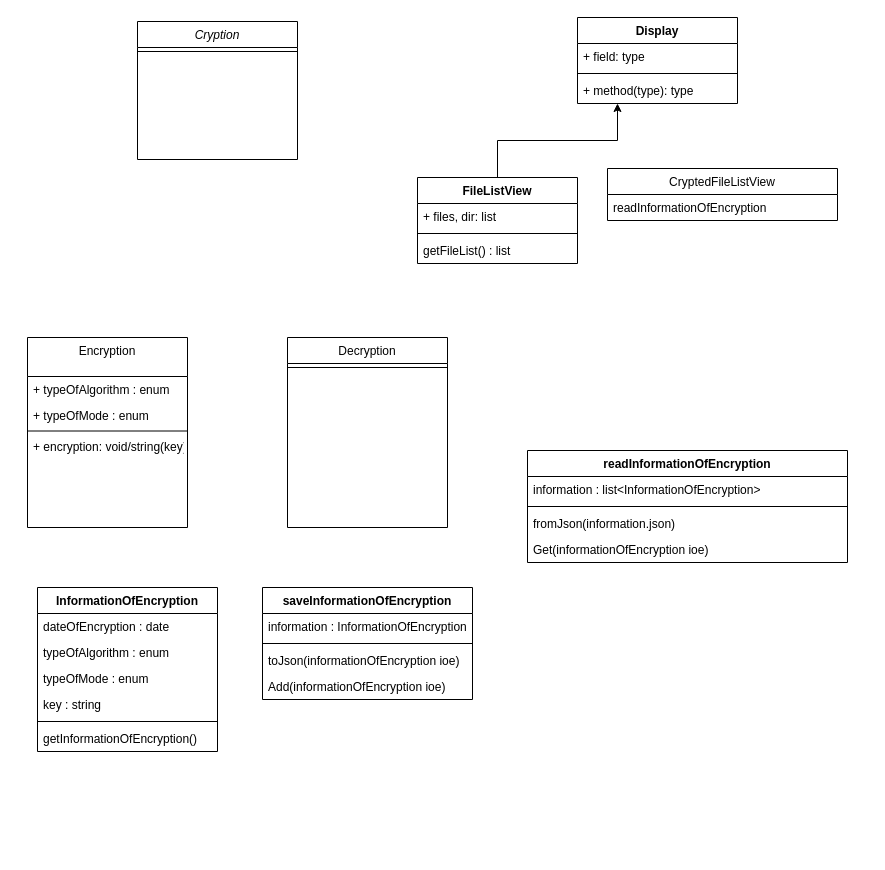
Above: encsrp.drawio in Ktosi33/encsrp (draw.io), before the change. Source tidied: cells renumbered, new cells numbered last; positions are measured from the earlier drawing's top-left corner, leaving out a move shared by most shapes. Both pictures are drawn from the tidied source at 100%, with x=0, y=0 at pixel (27, 17).
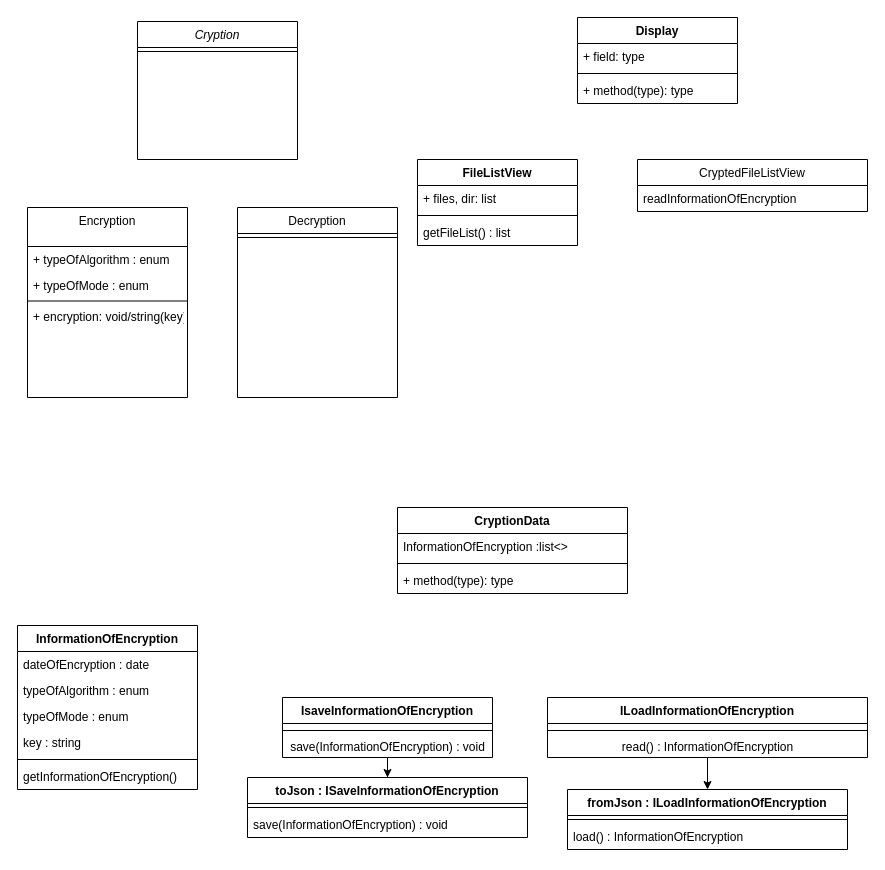
After the change.

Unchanged cells that the change refers to:
```xml
<mxCell id="11" value="Display" style="swimlane;fontStyle=1;align=center;verticalAlign=top;horizontal=1;startSize=26;" parent="1" vertex="1">
  <mxGeometry x="550" width="160" height="86" as="geometry" />
</mxCell>
```

What changed in the source:
```diff
@@
     <mxCell id="4" value="Encryption" style="swimlane;fontStyle=0;align=center;verticalAlign=top;horizontal=1;startSize=39;rounded=0;shadow=0;strokeWidth=1;" parent="1" vertex="1">
-      <mxGeometry y="320" width="160" height="190" as="geometry" />
+      <mxGeometry y="190" width="160" height="190" as="geometry" />
     </mxCell>
@@
     <mxCell id="9" value="Decryption" style="swimlane;fontStyle=0;align=center;verticalAlign=top;horizontal=1;startSize=26;rounded=0;shadow=0;strokeWidth=1;" parent="1" vertex="1">
-      <mxGeometry x="260" y="320" width="160" height="190" as="geometry" />
+      <mxGeometry x="210" y="190" width="160" height="190" as="geometry" />
     </mxCell>
@@
-    <mxCell id="15" style="edgeStyle=orthogonalEdgeStyle;rounded=0;jettySize=auto;html=1;exitX=0.5;exitY=0;exitDx=0;exitDy=0;entryX=0.25;entryY=1;entryDx=0;entryDy=0;" parent="1" edge="1" source="16" target="11">
-      <mxGeometry relative="1" as="geometry" />
-    </mxCell>
     <mxCell id="16" value="FileListView" style="swimlane;fontStyle=1;align=center;verticalAlign=top;horizontal=1;startSize=26;" parent="1" vertex="1">
-      <mxGeometry x="390" y="160" width="160" height="86" as="geometry" />
+      <mxGeometry x="390" y="142" width="160" height="86" as="geometry" />
     </mxCell>
@@
     <mxCell id="20" value="InformationOfEncryption" style="swimlane;fontStyle=1;align=center;verticalAlign=top;horizontal=1;startSize=26;" parent="1" vertex="1">
-      <mxGeometry x="10" y="570" width="180" height="164" as="geometry" />
+      <mxGeometry x="-10" y="608" width="180" height="164" as="geometry" />
     </mxCell>
@@
+    <mxCell id="39" style="edgeStyle=orthogonalEdgeStyle;rounded=0;jettySize=auto;html=1;entryX=0.5;entryY=0;entryDx=0;entryDy=0;" parent="1" edge="1" source="27" target="46">
+      <mxGeometry relative="1" as="geometry" />
+    </mxCell>
-    <mxCell id="27" value="saveInformationOfEncryption" style="swimlane;fontStyle=1;align=center;verticalAlign=top;horizontal=1;startSize=26;" parent="1" vertex="1">
-      <mxGeometry x="235" y="570" width="210" height="112" as="geometry" />
+    <mxCell id="27" value="IsaveInformationOfEncryption" style="swimlane;fontStyle=1;align=center;verticalAlign=top;horizontal=1;startSize=26;" parent="1" vertex="1">
+      <mxGeometry x="255" y="680" width="210" height="60" as="geometry" />
     </mxCell>
-    <mxCell id="28" value="information : InformationOfEncryption" style="text;strokeColor=none;fillColor=none;align=left;verticalAlign=top;spacingLeft=4;spacingRight=4;overflow=hidden;" parent="27" vertex="1">
-      <mxGeometry y="26" width="210" height="26" as="geometry" />
-    </mxCell>
     <mxCell id="29" style="line;strokeWidth=1;fillColor=none;align=left;verticalAlign=middle;spacingTop=-1;spacingLeft=3;spacingRight=3;labelPosition=right;" parent="27" vertex="1">
-      <mxGeometry y="52" width="210" height="8" as="geometry" />
+      <mxGeometry y="26" width="210" height="14" as="geometry" />
     </mxCell>
-    <mxCell id="30" value="toJson(informationOfEncryption ioe)" style="text;strokeColor=none;fillColor=none;align=left;verticalAlign=top;spacingLeft=4;spacingRight=4;overflow=hidden;" parent="27" vertex="1">
-      <mxGeometry y="60" width="210" height="26" as="geometry" />
-    </mxCell>
-    <mxCell id="31" value="Add(informationOfEncryption ioe)" style="text;strokeColor=none;fillColor=none;align=left;verticalAlign=top;spacingLeft=4;spacingRight=4;overflow=hidden;" parent="27" vertex="1">
-      <mxGeometry y="86" width="210" height="26" as="geometry" />
-    </mxCell>
+    <mxCell id="40" value="save(InformationOfEncryption) : void" style="text;html=1;align=center;verticalAlign=middle;" parent="27" vertex="1">
+      <mxGeometry y="40" width="210" height="20" as="geometry" />
+    </mxCell>
-    <mxCell id="32" value="readInformationOfEncryption" style="swimlane;fontStyle=1;align=center;verticalAlign=top;horizontal=1;startSize=26;" parent="1" vertex="1">
-      <mxGeometry x="500" y="433" width="320" height="112" as="geometry" />
+    <mxCell id="32" value="ILoadInformationOfEncryption" style="swimlane;fontStyle=1;align=center;verticalAlign=top;horizontal=1;startSize=26;" parent="1" vertex="1">
+      <mxGeometry x="520" y="680" width="320" height="60" as="geometry" />
     </mxCell>
-    <mxCell id="33" value="information : list&lt;InformationOfEncryption&gt;" style="text;strokeColor=none;fillColor=none;align=left;verticalAlign=top;spacingLeft=4;spacingRight=4;overflow=hidden;" parent="32" vertex="1">
-      <mxGeometry y="26" width="320" height="26" as="geometry" />
-    </mxCell>
     <mxCell id="34" style="line;strokeWidth=1;fillColor=none;align=left;verticalAlign=middle;spacingTop=-1;spacingLeft=3;spacingRight=3;labelPosition=right;" parent="32" vertex="1">
-      <mxGeometry y="52" width="320" height="8" as="geometry" />
+      <mxGeometry y="26" width="320" height="14" as="geometry" />
     </mxCell>
-    <mxCell id="35" value="fromJson(information.json)" style="text;strokeColor=none;fillColor=none;align=left;verticalAlign=top;spacingLeft=4;spacingRight=4;overflow=hidden;" parent="32" vertex="1">
-      <mxGeometry y="60" width="320" height="26" as="geometry" />
-    </mxCell>
-    <mxCell id="36" value="Get(informationOfEncryption ioe)" style="text;strokeColor=none;fillColor=none;align=left;verticalAlign=top;spacingLeft=4;spacingRight=4;overflow=hidden;" parent="32" vertex="1">
-      <mxGeometry y="86" width="320" height="26" as="geometry" />
-    </mxCell>
+    <mxCell id="41" value="read() : InformationOfEncryption" style="text;html=1;align=center;verticalAlign=middle;points=[];" parent="32" vertex="1">
+      <mxGeometry y="40" width="320" height="20" as="geometry" />
+    </mxCell>
     <mxCell id="37" value="CryptedFileListView" style="swimlane;fontStyle=0;horizontal=1;startSize=26;fillColor=none;" parent="1" vertex="1">
-      <mxGeometry x="580" y="151" width="230" height="52" as="geometry" />
+      <mxGeometry x="610" y="142" width="230" height="52" as="geometry" />
     </mxCell>
@@
+    <mxCell id="42" value="CryptionData" style="swimlane;fontStyle=1;align=center;verticalAlign=top;horizontal=1;startSize=26;" parent="1" vertex="1">
+      <mxGeometry x="370" y="490" width="230" height="86" as="geometry" />
+    </mxCell>
+    <mxCell id="43" value="InformationOfEncryption :list&lt;&gt;" style="text;strokeColor=none;fillColor=none;align=left;verticalAlign=top;spacingLeft=4;spacingRight=4;overflow=hidden;" parent="42" vertex="1">
+      <mxGeometry y="26" width="230" height="26" as="geometry" />
+    </mxCell>
+    <mxCell id="44" style="line;strokeWidth=1;fillColor=none;align=left;verticalAlign=middle;spacingTop=-1;spacingLeft=3;spacingRight=3;labelPosition=right;" parent="42" vertex="1">
+      <mxGeometry y="52" width="230" height="8" as="geometry" />
+    </mxCell>
+    <mxCell id="45" value="+ method(type): type" style="text;strokeColor=none;fillColor=none;align=left;verticalAlign=top;spacingLeft=4;spacingRight=4;overflow=hidden;" parent="42" vertex="1">
+      <mxGeometry y="60" width="230" height="26" as="geometry" />
+    </mxCell>
+    <mxCell id="46" value="toJson : ISaveInformationOfEncryption" style="swimlane;fontStyle=1;align=center;verticalAlign=top;horizontal=1;startSize=26;" parent="1" vertex="1">
+      <mxGeometry x="220" y="760" width="280" height="60" as="geometry" />
+    </mxCell>
+    <mxCell id="47" style="line;strokeWidth=1;fillColor=none;align=left;verticalAlign=middle;spacingTop=-1;spacingLeft=3;spacingRight=3;labelPosition=right;" parent="46" vertex="1">
+      <mxGeometry y="26" width="280" height="8" as="geometry" />
+    </mxCell>
+    <mxCell id="48" value="save(InformationOfEncryption) : void" style="text;strokeColor=none;fillColor=none;align=left;verticalAlign=top;spacingLeft=4;spacingRight=4;overflow=hidden;" parent="46" vertex="1">
+      <mxGeometry y="34" width="280" height="26" as="geometry" />
+    </mxCell>
+    <mxCell id="49" value="fromJson : ILoadInformationOfEncryption" style="swimlane;fontStyle=1;align=center;verticalAlign=top;horizontal=1;startSize=26;" parent="1" vertex="1">
+      <mxGeometry x="540" y="772" width="280" height="60" as="geometry" />
+    </mxCell>
+    <mxCell id="50" style="line;strokeWidth=1;fillColor=none;align=left;verticalAlign=middle;spacingTop=-1;spacingLeft=3;spacingRight=3;labelPosition=right;" parent="49" vertex="1">
+      <mxGeometry y="26" width="280" height="8" as="geometry" />
+    </mxCell>
+    <mxCell id="51" value="load() : InformationOfEncryption" style="text;strokeColor=none;fillColor=none;align=left;verticalAlign=top;spacingLeft=4;spacingRight=4;overflow=hidden;" parent="49" vertex="1">
+      <mxGeometry y="34" width="280" height="26" as="geometry" />
+    </mxCell>
+    <mxCell id="52" style="edgeStyle=orthogonalEdgeStyle;rounded=0;jettySize=auto;html=1;" parent="1" edge="1" source="41" target="49">
+      <mxGeometry relative="1" as="geometry" />
+    </mxCell>
```
